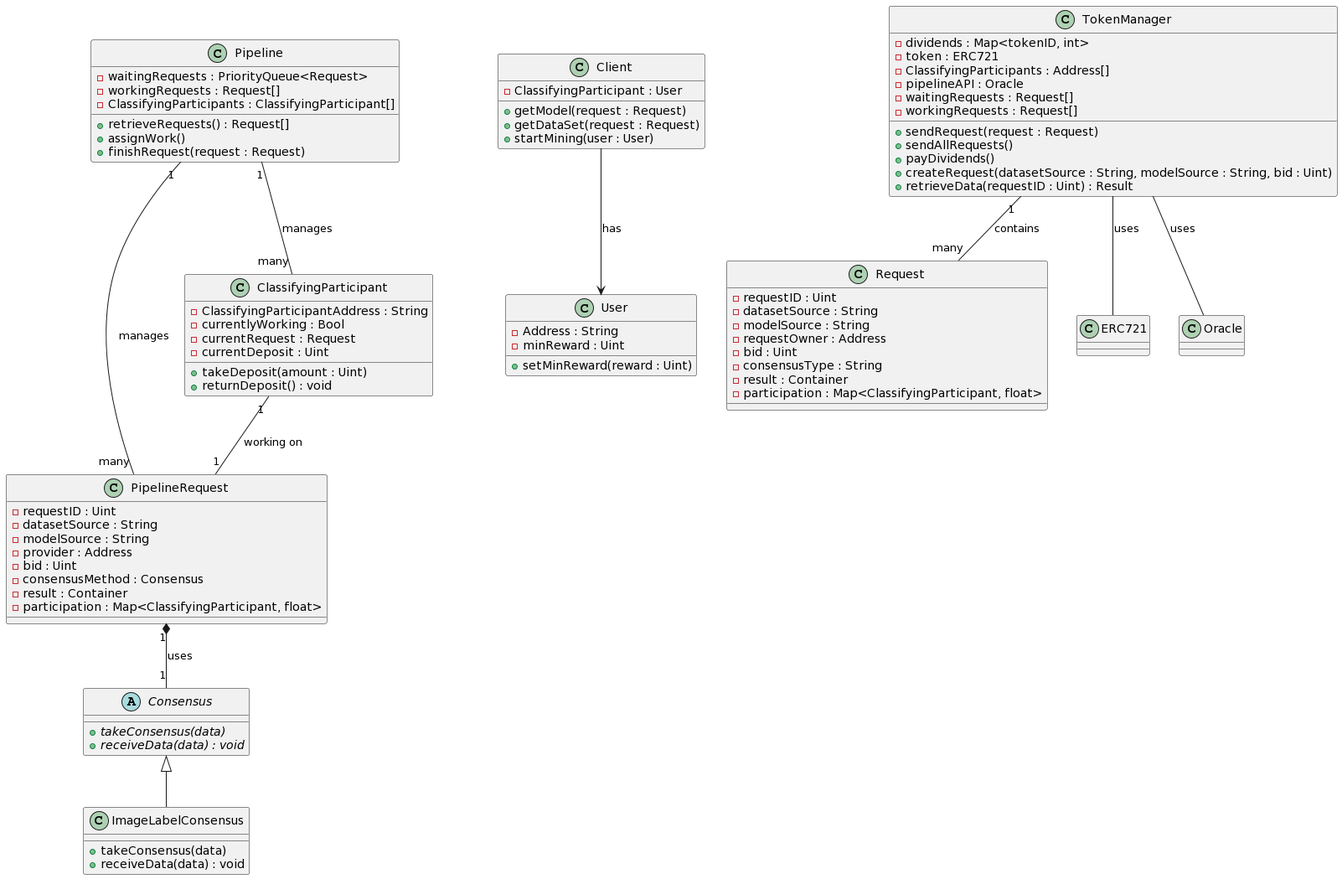
Before: images/Check2ClassDiagram.png, a diagram exported from PlantUML (AI-and-Blockchain/S24_Proof_of_Vision_Tokens). Source of this version:
```plantuml
@startuml
abstract class Consensus {
  {abstract} +takeConsensus(data)
  {abstract} +receiveData(data) : void
}

class ImageLabelConsensus {
  +takeConsensus(data)
  +receiveData(data) : void
}

class PipelineRequest {
  -requestID : Uint
  -datasetSource : String
  -modelSource : String
  -provider : Address
  -bid : Uint
  -consensusMethod : Consensus
  -result : Container
  -participation : Map<ClassifyingParticipant, float>
}

class ClassifyingParticipant {
  -ClassifyingParticipantAddress : String
  -currentlyWorking : Bool
  -currentRequest : Request
  -currentDeposit : Uint
  +takeDeposit(amount : Uint)
  +returnDeposit() : void
}

class Pipeline {
  -waitingRequests : PriorityQueue<Request>
  -workingRequests : Request[]
  -ClassifyingParticipants : ClassifyingParticipant[]
  +retrieveRequests() : Request[]
  +assignWork()
  +finishRequest(request : Request)
}

class User {
  -Address : String
  -minReward : Uint
  +setMinReward(reward : Uint)
}

class Client {
  -ClassifyingParticipant : User
  +getModel(request : Request)
  +getDataSet(request : Request)
  +startMining(user : User)
}

class TokenManager {
  -dividends : Map<tokenID, int>
  -token : ERC721
  -ClassifyingParticipants : Address[]
  -pipelineAPI : Oracle
  -waitingRequests : Request[]
  -workingRequests : Request[]
  +sendRequest(request : Request)
  +sendAllRequests()
  +payDividends()
  +createRequest(datasetSource : String, modelSource : String, bid : Uint)
  +retrieveData(requestID : Uint) : Result
}

class Request {
  -requestID : Uint
  -datasetSource : String
  -modelSource : String
  -requestOwner : Address
  -bid : Uint
  -consensusType : String
  -result : Container
  -participation : Map<ClassifyingParticipant, float>
}

class ERC721 {
}

class Oracle {
}

TokenManager "1" -- "many" Request : contains
TokenManager -- ERC721 : uses
TokenManager -- Oracle : uses




Consensus <|-- ImageLabelConsensus
PipelineRequest "1" *-- "1" Consensus : uses
ClassifyingParticipant "1" -- "1" PipelineRequest : working on
Pipeline "1" -- "many" PipelineRequest : manages
Pipeline "1" -- "many" ClassifyingParticipant : manages
Client -down-> User : has
@enduml
```
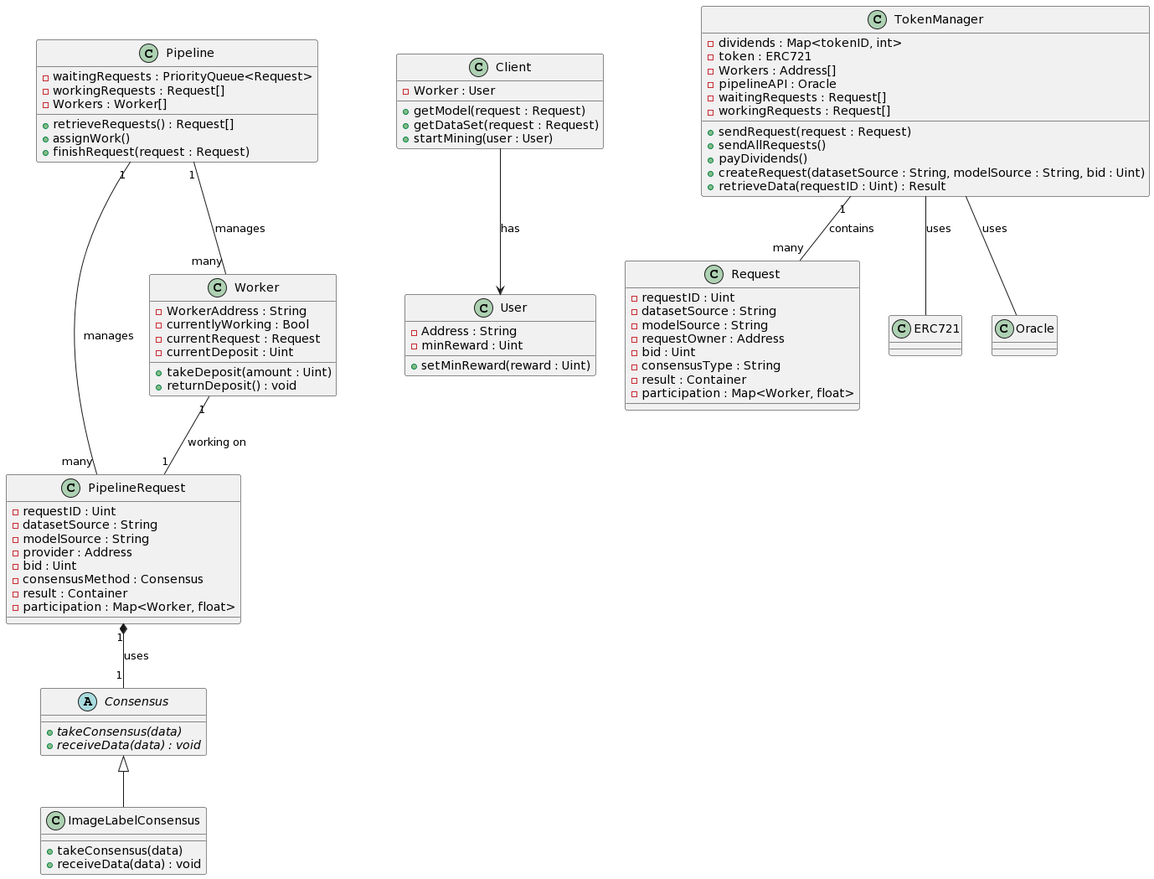
The same file after the commit.

Diff of the diagram source:
```diff
@@ -17,11 +17,11 @@
   -bid : Uint
   -consensusMethod : Consensus
   -result : Container
-  -participation : Map<ClassifyingParticipant, float>
+  -participation : Map<Worker, float>
 }
 
-class ClassifyingParticipant {
-  -ClassifyingParticipantAddress : String
+class Worker {
+  -WorkerAddress : String
   -currentlyWorking : Bool
   -currentRequest : Request
   -currentDeposit : Uint
@@ -32,7 +32,7 @@
 class Pipeline {
   -waitingRequests : PriorityQueue<Request>
   -workingRequests : Request[]
-  -ClassifyingParticipants : ClassifyingParticipant[]
+  -Workers : Worker[]
   +retrieveRequests() : Request[]
   +assignWork()
   +finishRequest(request : Request)
@@ -45,7 +45,7 @@
 }
 
 class Client {
-  -ClassifyingParticipant : User
+  -Worker : User
   +getModel(request : Request)
   +getDataSet(request : Request)
   +startMining(user : User)
@@ -54,7 +54,7 @@
 class TokenManager {
   -dividends : Map<tokenID, int>
   -token : ERC721
-  -ClassifyingParticipants : Address[]
+  -Workers : Address[]
   -pipelineAPI : Oracle
   -waitingRequests : Request[]
   -workingRequests : Request[]
@@ -73,7 +73,7 @@
   -bid : Uint
   -consensusType : String
   -result : Container
-  -participation : Map<ClassifyingParticipant, float>
+  -participation : Map<Worker, float>
 }
 
 class ERC721 {
@@ -91,8 +91,8 @@
 
 Consensus <|-- ImageLabelConsensus
 PipelineRequest "1" *-- "1" Consensus : uses
-ClassifyingParticipant "1" -- "1" PipelineRequest : working on
+Worker "1" -- "1" PipelineRequest : working on
 Pipeline "1" -- "many" PipelineRequest : manages
-Pipeline "1" -- "many" ClassifyingParticipant : manages
+Pipeline "1" -- "many" Worker : manages
 Client -down-> User : has
 @enduml
```
